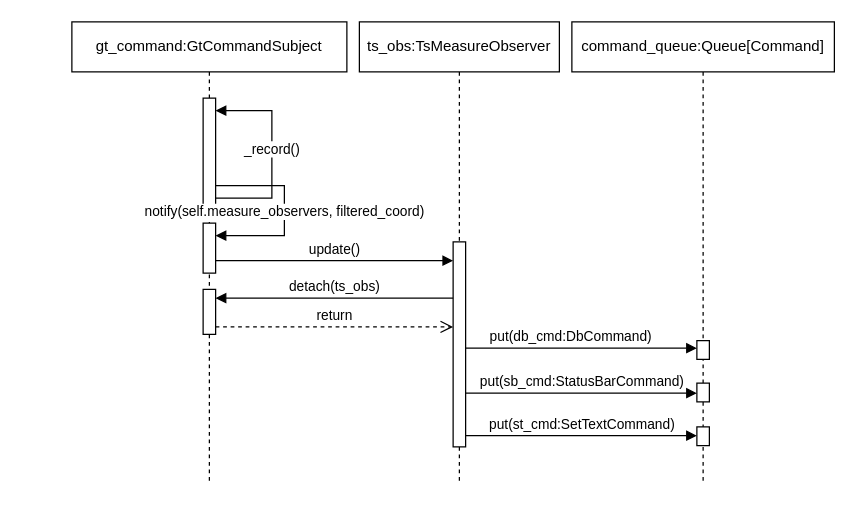
Before: procedural/meassure_trainswitch.drawio in pascalreiss/draw_io_stuff, a draw.io diagram. Source tidied: cells renumbered, new cells numbered last; positions are measured from the earlier drawing's top-left corner, leaving out a move shared by most shapes. Both pictures are drawn from the tidied source at 125%, with x=0, y=0 at pixel (71, 21).
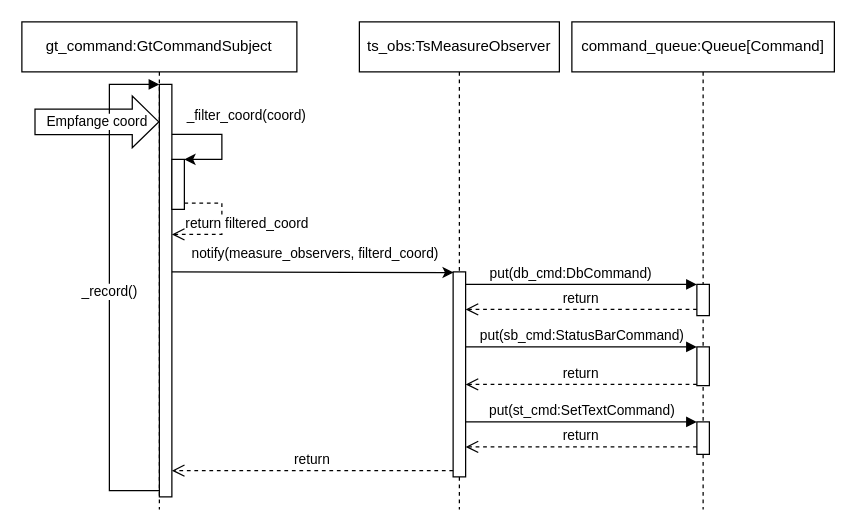
After the change.

The edit, as a diff of the source:
```diff
@@
     <mxCell id="2" value="command_queue:Queue[Command]" style="shape=umlLifeline;perimeter=lifelinePerimeter;whiteSpace=wrap;html=1;newEdgeStyle={&quot;curved&quot;:0,&quot;rounded&quot;:0};" parent="1" vertex="1">
-      <mxGeometry x="400" width="210" height="370" as="geometry" />
+      <mxGeometry x="400" width="210" height="390" as="geometry" />
     </mxCell>
     <mxCell id="3" style="html=1;points=[[0,0,0,0,5],[0,1,0,0,-5],[1,0,0,0,5],[1,1,0,0,-5]];perimeter=orthogonalPerimeter;outlineConnect=0;targetShapes=umlLifeline;portConstraint=eastwest;newEdgeStyle={&quot;curved&quot;:0,&quot;rounded&quot;:0};" parent="2" vertex="1">
-      <mxGeometry x="100" y="255" width="10" height="15" as="geometry" />
+      <mxGeometry x="100" y="210" width="10" height="25" as="geometry" />
     </mxCell>
     <mxCell id="4" style="html=1;points=[[0,0,0,0,5],[0,1,0,0,-5],[1,0,0,0,5],[1,1,0,0,-5]];perimeter=orthogonalPerimeter;outlineConnect=0;targetShapes=umlLifeline;portConstraint=eastwest;newEdgeStyle={&quot;curved&quot;:0,&quot;rounded&quot;:0};" parent="2" vertex="1">
-      <mxGeometry x="100" y="289" width="10" height="15" as="geometry" />
+      <mxGeometry x="100" y="260" width="10" height="31" as="geometry" />
     </mxCell>
     <mxCell id="5" style="html=1;points=[[0,0,0,0,5],[0,1,0,0,-5],[1,0,0,0,5],[1,1,0,0,-5]];perimeter=orthogonalPerimeter;outlineConnect=0;targetShapes=umlLifeline;portConstraint=eastwest;newEdgeStyle={&quot;curved&quot;:0,&quot;rounded&quot;:0};" parent="2" vertex="1">
-      <mxGeometry x="100" y="324" width="10" height="15" as="geometry" />
+      <mxGeometry x="100" y="320" width="10" height="26" as="geometry" />
     </mxCell>
     <mxCell id="6" value="ts_obs:TsMeasureObserver" style="shape=umlLifeline;perimeter=lifelinePerimeter;whiteSpace=wrap;html=1;newEdgeStyle={&quot;curved&quot;:0,&quot;rounded&quot;:0};" parent="1" vertex="1">
-      <mxGeometry x="230" width="160" height="370" as="geometry" />
+      <mxGeometry x="230" width="160" height="390" as="geometry" />
     </mxCell>
     <mxCell id="7" style="html=1;points=[[0,0,0,0,5],[0,1,0,0,-5],[1,0,0,0,5],[1,1,0,0,-5]];perimeter=orthogonalPerimeter;outlineConnect=0;targetShapes=umlLifeline;portConstraint=eastwest;newEdgeStyle={&quot;curved&quot;:0,&quot;rounded&quot;:0};" parent="6" vertex="1">
-      <mxGeometry x="75" y="176" width="10" height="164" as="geometry" />
+      <mxGeometry x="75" y="200" width="10" height="164" as="geometry" />
     </mxCell>
     <mxCell id="8" value="gt_command:GtCommandSubject" style="shape=umlLifeline;whiteSpace=wrap;html=1;newEdgeStyle={&quot;curved&quot;:0,&quot;rounded&quot;:0};perimeter=rectanglePerimeter;targetShapes=umlLifeline;participant=label;" parent="1" vertex="1">
-      <mxGeometry width="220" height="370" as="geometry" />
+      <mxGeometry x="-40" width="220" height="390" as="geometry" />
     </mxCell>
     <mxCell id="9" style="html=1;points=[[0,0,0,0,5],[0,1,0,0,-5],[1,0,0,0,5],[1,1,0,0,-5]];perimeter=orthogonalPerimeter;outlineConnect=0;targetShapes=umlLifeline;portConstraint=eastwest;newEdgeStyle={&quot;curved&quot;:0,&quot;rounded&quot;:0};" parent="8" vertex="1">
-      <mxGeometry x="105" y="61" width="10" height="90" as="geometry" />
+      <mxGeometry x="110" y="50" width="10" height="330" as="geometry" />
     </mxCell>
-    <mxCell id="10" value="_record()" style="html=1;verticalAlign=bottom;endArrow=block;curved=0;rounded=0;strokeColor=#000000;" parent="8" edge="1" source="9" target="9">
+    <mxCell id="10" value="_record()" style="html=1;verticalAlign=bottom;endArrow=block;curved=0;rounded=0;strokeColor=#000000;exitX=0;exitY=1;exitDx=0;exitDy=-5;exitPerimeter=0;" parent="8" edge="1" source="9" target="9">
       <mxGeometry x="-0.06" relative="1" as="geometry">
         <Array as="points">
-          <mxPoint x="130" y="141" />
-          <mxPoint x="160" y="141" />
-          <mxPoint x="160" y="71" />
-          <mxPoint x="130" y="71" />
+          <mxPoint x="70" y="375" />
+          <mxPoint x="70" y="50" />
         </Array>
       </mxGeometry>
     </mxCell>
-    <mxCell id="11" value="notify(self.measure_observers, filtered_coord)" style="html=1;verticalAlign=bottom;endArrow=block;curved=0;rounded=0;strokeColor=#000000;" parent="8" edge="1" source="9" target="12">
-      <mxGeometry x="0.13" relative="1" as="geometry">
-        <Array as="points">
-          <mxPoint x="170" y="131" />
-          <mxPoint x="170" y="171" />
-        </Array>
-      </mxGeometry>
-    </mxCell>
     <mxCell id="12" style="html=1;points=[[0,0,0,0,5],[0,1,0,0,-5],[1,0,0,0,5],[1,1,0,0,-5]];perimeter=orthogonalPerimeter;outlineConnect=0;targetShapes=umlLifeline;portConstraint=eastwest;newEdgeStyle={&quot;curved&quot;:0,&quot;rounded&quot;:0};" parent="8" vertex="1">
-      <mxGeometry x="105" y="161" width="10" height="40" as="geometry" />
+      <mxGeometry x="120" y="110" width="10" height="40" as="geometry" />
     </mxCell>
-    <mxCell id="13" style="html=1;points=[[0,0,0,0,5],[0,1,0,0,-5],[1,0,0,0,5],[1,1,0,0,-5]];perimeter=orthogonalPerimeter;outlineConnect=0;targetShapes=umlLifeline;portConstraint=eastwest;newEdgeStyle={&quot;curved&quot;:0,&quot;rounded&quot;:0};" parent="8" vertex="1">
-      <mxGeometry x="105" y="214" width="10" height="36" as="geometry" />
-    </mxCell>
-    <mxCell id="14" value="update()" style="html=1;verticalAlign=bottom;endArrow=block;curved=0;rounded=0;strokeColor=#000000;" parent="1" edge="1" source="12" target="7">
-      <mxGeometry relative="1" as="geometry">
-        <Array as="points">
-          <mxPoint x="200" y="191" />
-        </Array>
-      </mxGeometry>
-    </mxCell>
-    <mxCell id="15" value="detach(ts_obs)" style="html=1;verticalAlign=bottom;endArrow=block;curved=0;rounded=0;strokeColor=#000000;" parent="1" edge="1" source="7" target="13">
-      <mxGeometry relative="1" as="geometry">
-        <Array as="points">
-          <mxPoint x="190" y="221" />
-        </Array>
-      </mxGeometry>
-    </mxCell>
+    <mxCell id="20" value="return filtered_coord" style="html=1;verticalAlign=bottom;endArrow=open;dashed=1;endSize=8;curved=0;rounded=0;exitX=1;exitY=1;exitDx=0;exitDy=-5;exitPerimeter=0;" parent="8" edge="1" source="12" target="9">
+      <mxGeometry x="0.16" y="-20" relative="1" as="geometry">
+        <Array as="points">
+          <mxPoint x="160" y="145" />
+          <mxPoint x="160" y="170" />
+        </Array>
+        <mxPoint x="20" y="20" as="offset" />
+      </mxGeometry>
+    </mxCell>
-    <mxCell id="16" value="put(db_cmd:DbCommand)" style="html=1;verticalAlign=bottom;endArrow=block;curved=0;rounded=0;strokeColor=#000000;" parent="1" edge="1">
+    <mxCell id="16" value="put(db_cmd:DbCommand)" style="html=1;verticalAlign=bottom;endArrow=block;curved=0;rounded=0;strokeColor=#000000;" parent="1" edge="1" source="7" target="3">
       <mxGeometry x="-0.09" relative="1" as="geometry">
-        <mxPoint x="315" y="261" as="sourcePoint" />
-        <mxPoint x="500" y="261" as="targetPoint" />
         <Array as="points">
-          <mxPoint x="390" y="261" />
+          <mxPoint x="380" y="210" />
+          <mxPoint x="440" y="210" />
+          <mxPoint x="470" y="210" />
         </Array>
       </mxGeometry>
     </mxCell>
-    <mxCell id="17" value="put(sb_cmd:StatusBarCommand)" style="html=1;verticalAlign=bottom;endArrow=block;curved=0;rounded=0;strokeColor=#000000;" parent="1" edge="1" target="4">
+    <mxCell id="17" value="put(sb_cmd:StatusBarCommand)" style="html=1;verticalAlign=bottom;endArrow=block;curved=0;rounded=0;strokeColor=#000000;" parent="1" edge="1" source="7" target="4">
       <mxGeometry relative="1" as="geometry">
-        <mxPoint x="315" y="297" as="sourcePoint" />
         <Array as="points">
-          <mxPoint x="410" y="297" />
+          <mxPoint x="380" y="260" />
         </Array>
       </mxGeometry>
     </mxCell>
-    <mxCell id="18" value="put(st_cmd:SetTextCommand)" style="html=1;verticalAlign=bottom;endArrow=block;curved=0;rounded=0;strokeColor=#000000;" parent="1" edge="1" target="5">
+    <mxCell id="18" value="put(st_cmd:SetTextCommand)" style="html=1;verticalAlign=bottom;endArrow=block;curved=0;rounded=0;strokeColor=#000000;" parent="1" edge="1" source="7" target="5">
       <mxGeometry relative="1" as="geometry">
-        <mxPoint x="315" y="331" as="sourcePoint" />
         <Array as="points">
-          <mxPoint x="380" y="331" />
+          <mxPoint x="340" y="320" />
         </Array>
       </mxGeometry>
     </mxCell>
-    <mxCell id="19" value="return" style="html=1;verticalAlign=bottom;endArrow=open;dashed=1;endSize=8;curved=0;rounded=0;" parent="1" edge="1">
-      <mxGeometry relative="1" as="geometry">
-        <mxPoint x="115" y="244" as="sourcePoint" />
-        <mxPoint x="305" y="244" as="targetPoint" />
-      </mxGeometry>
+    <mxCell id="19" value="return" style="html=1;verticalAlign=bottom;endArrow=open;dashed=1;endSize=8;curved=0;rounded=0;exitX=0;exitY=1;exitDx=0;exitDy=-5;exitPerimeter=0;" parent="1" edge="1" source="7" target="9">
+      <mxGeometry relative="1" as="geometry" />
     </mxCell>
+    <mxCell id="21" value="Empfange coord" style="shape=flexArrow;endArrow=classic;html=1;rounded=0;width=20.476190476190474;endSize=6.728571428571429;" parent="1" edge="1">
+      <mxGeometry relative="1" as="geometry">
+        <mxPoint x="-30" y="80" as="sourcePoint" />
+        <mxPoint x="70" y="80" as="targetPoint" />
+      </mxGeometry>
+    </mxCell>
+    <mxCell id="22" style="endArrow=classic;html=1;rounded=0;" parent="1" edge="1" target="12">
+      <mxGeometry relative="1" as="geometry">
+        <mxPoint x="80" y="90" as="sourcePoint" />
+        <Array as="points">
+          <mxPoint x="120" y="90" />
+          <mxPoint x="120" y="100" />
+          <mxPoint x="120" y="110" />
+        </Array>
+      </mxGeometry>
+    </mxCell>
+    <mxCell id="23" value="&lt;font style=&quot;font-size: 11px;&quot;&gt;_filter_coord(coord)&lt;/font&gt;" style="text;html=1;align=center;verticalAlign=middle;whiteSpace=wrap;rounded=0;" parent="1" vertex="1">
+      <mxGeometry x="110" y="60" width="60" height="30" as="geometry" />
+    </mxCell>
+    <mxCell id="24" value="&lt;font style=&quot;font-size: 11px;&quot;&gt;notify(measure_observers, filterd_coord)&lt;/font&gt;" style="text;html=1;align=center;verticalAlign=middle;whiteSpace=wrap;rounded=0;" parent="1" vertex="1">
+      <mxGeometry x="60" y="170" width="270" height="30" as="geometry" />
+    </mxCell>
+    <mxCell id="25" style="endArrow=classic;html=1;rounded=0;entryX=0.909;entryY=1.017;entryDx=0;entryDy=0;entryPerimeter=0;" parent="1" edge="1" target="24">
+      <mxGeometry relative="1" as="geometry">
+        <mxPoint x="80" y="200" as="sourcePoint" />
+      </mxGeometry>
+    </mxCell>
+    <mxCell id="26" value="return" style="html=1;verticalAlign=bottom;endArrow=open;dashed=1;endSize=8;curved=0;rounded=0;" parent="1" edge="1">
+      <mxGeometry relative="1" as="geometry">
+        <mxPoint x="500" y="230" as="sourcePoint" />
+        <mxPoint x="315" y="230" as="targetPoint" />
+      </mxGeometry>
+    </mxCell>
+    <mxCell id="27" value="return" style="html=1;verticalAlign=bottom;endArrow=open;dashed=1;endSize=8;curved=0;rounded=0;" parent="1" edge="1">
+      <mxGeometry relative="1" as="geometry">
+        <mxPoint x="500" y="290" as="sourcePoint" />
+        <mxPoint x="315" y="290" as="targetPoint" />
+      </mxGeometry>
+    </mxCell>
+    <mxCell id="28" value="return" style="html=1;verticalAlign=bottom;endArrow=open;dashed=1;endSize=8;curved=0;rounded=0;" parent="1" edge="1" source="5" target="7">
+      <mxGeometry relative="1" as="geometry">
+        <Array as="points">
+          <mxPoint x="440" y="340" />
+        </Array>
+      </mxGeometry>
+    </mxCell>
```
